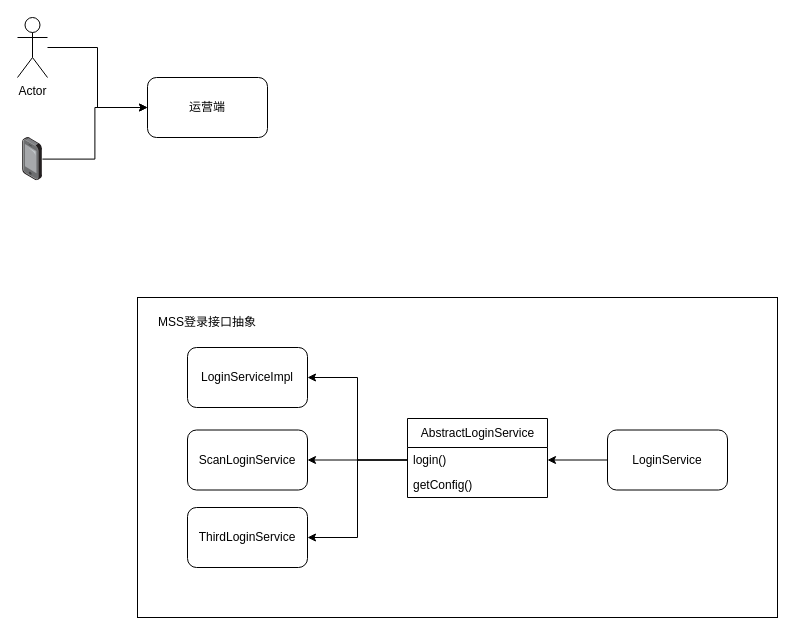
Above: ah-security/src/main/java/com/zhansc/ahsecurity/mss/mss登录认证.drawio in zhansc/worksheet (draw.io), before the change. Source tidied: cells renumbered, new cells numbered last; positions are measured from the earlier drawing's top-left corner, leaving out a move shared by most shapes. Both pictures are drawn from the tidied source at 100%, with x=0, y=0 at pixel (17, 17).
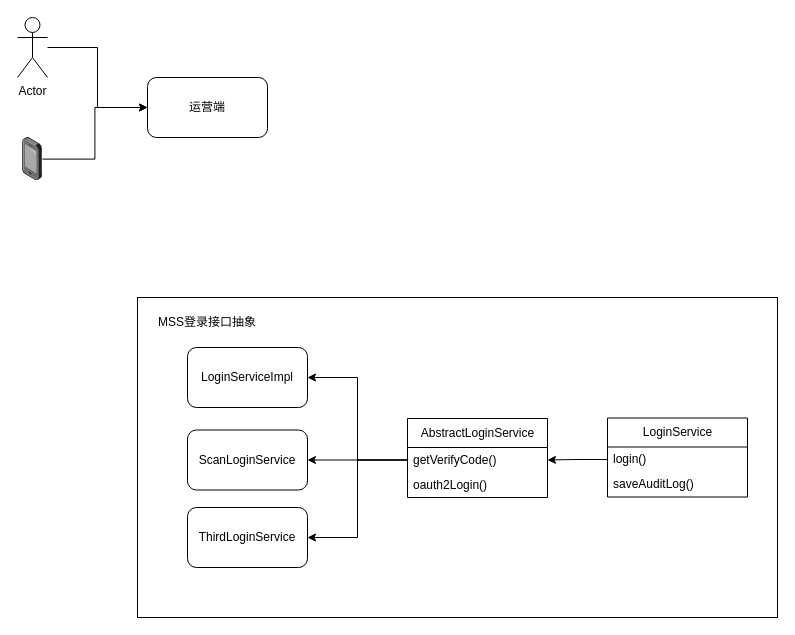
The same diagram, later.

Commit message:
更新mss登录认证.drawio

Unchanged cells that the change refers to:
```xml
<mxCell id="13" value="&lt;span style=&quot;font-weight: 400;&quot;&gt;AbstractLoginService&lt;/span&gt;" style="swimlane;fontStyle=1;align=center;verticalAlign=middle;horizontal=1;startSize=29;html=1;" parent="1" vertex="1">
  <mxGeometry x="390" y="401" width="140" height="79" as="geometry" />
</mxCell>
```

The edit, as a diff of the source:
```diff
@@
-    <mxCell id="8" style="edgeStyle=orthogonalEdgeStyle;rounded=0;jettySize=auto;html=1;" parent="1" edge="1" source="9" target="14">
-      <mxGeometry relative="1" as="geometry" />
-    </mxCell>
-    <mxCell id="9" value="LoginService" style="rounded=1;whiteSpace=wrap;html=1;" parent="1" vertex="1">
-      <mxGeometry x="590" y="412.5" width="120" height="60" as="geometry" />
-    </mxCell>
@@
-    <mxCell id="14" value="login()" style="text;html=1;strokeColor=none;fillColor=none;align=left;verticalAlign=middle;spacingLeft=4;spacingRight=4;overflow=hidden;points=[[0,0.5],[1,0.5]];portConstraint=eastwest;" parent="13" vertex="1">
+    <mxCell id="14" value="getVerifyCode()" style="text;html=1;strokeColor=none;fillColor=none;align=left;verticalAlign=middle;spacingLeft=4;spacingRight=4;overflow=hidden;points=[[0,0.5],[1,0.5]];portConstraint=eastwest;" parent="13" vertex="1">
       <mxGeometry y="29" width="140" height="25" as="geometry" />
     </mxCell>
-    <mxCell id="15" value="getConfig()" style="text;html=1;strokeColor=none;fillColor=none;align=left;verticalAlign=middle;spacingLeft=4;spacingRight=4;overflow=hidden;" parent="13" vertex="1">
+    <mxCell id="15" value="oauth2Login()" style="text;html=1;strokeColor=none;fillColor=none;align=left;verticalAlign=middle;spacingLeft=4;spacingRight=4;overflow=hidden;" parent="13" vertex="1">
       <mxGeometry y="54" width="140" height="25" as="geometry" />
     </mxCell>
@@
+    <mxCell id="9" value="&lt;span style=&quot;font-weight: 400;&quot;&gt;LoginService&lt;/span&gt;" style="swimlane;fontStyle=1;align=center;verticalAlign=middle;horizontal=1;startSize=29;html=1;" parent="1" vertex="1">
+      <mxGeometry x="590" y="400.5" width="140" height="79" as="geometry" />
+    </mxCell>
+    <mxCell id="20" value="login()" style="text;html=1;strokeColor=none;fillColor=none;align=left;verticalAlign=middle;spacingLeft=4;spacingRight=4;overflow=hidden;points=[[0,0.5],[1,0.5]];portConstraint=eastwest;" parent="9" vertex="1">
+      <mxGeometry y="29" width="140" height="25" as="geometry" />
+    </mxCell>
+    <mxCell id="21" value="saveAuditLog()" style="text;html=1;strokeColor=none;fillColor=none;align=left;verticalAlign=middle;spacingLeft=4;spacingRight=4;overflow=hidden;" parent="9" vertex="1">
+      <mxGeometry y="54" width="140" height="25" as="geometry" />
+    </mxCell>
+    <mxCell id="22" style="edgeStyle=orthogonalEdgeStyle;rounded=0;jettySize=auto;html=1;entryX=1;entryY=0.5;entryDx=0;entryDy=0;" parent="1" edge="1" source="20" target="14">
+      <mxGeometry relative="1" as="geometry" />
+    </mxCell>
```
